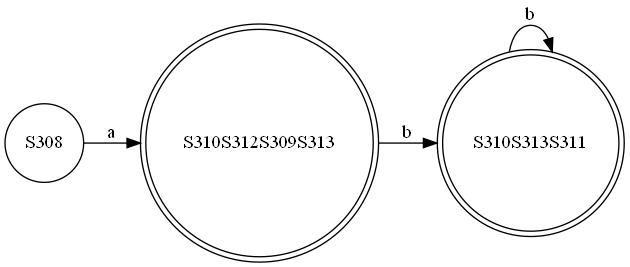
Earlier version of the Graphviz export finalCode/test-output/round-table.gv.png (abdelazizSalah/RegExp_NFA_DFA_DFAMinimization). Its source is kept beside it as finalCode/test-output/round-table.gv.
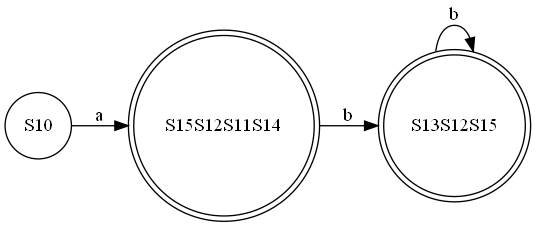
The same diagram one commit later.

Change to the diagram source:
```diff
@@ -1,9 +1,9 @@
 digraph {
 	graph [rankdir=LR]
-	S308 [label=S308 shape=circle]
-	S308 -> S310S312S309S313 [label=a]
-	S310S312S309S313 [label=S310S312S309S313 shape=doublecircle]
-	S310S312S309S313 -> S310S313S311 [label=b]
-	S310S313S311 [label=S310S313S311 shape=doublecircle]
-	S310S313S311 -> S310S313S311 [label=b]
+	S10 [label=S10 shape=circle]
+	S10 -> S15S12S11S14 [label=a]
+	S15S12S11S14 [label=S15S12S11S14 shape=doublecircle]
+	S15S12S11S14 -> S13S12S15 [label=b]
+	S13S12S15 [label=S13S12S15 shape=doublecircle]
+	S13S12S15 -> S13S12S15 [label=b]
 }
```
